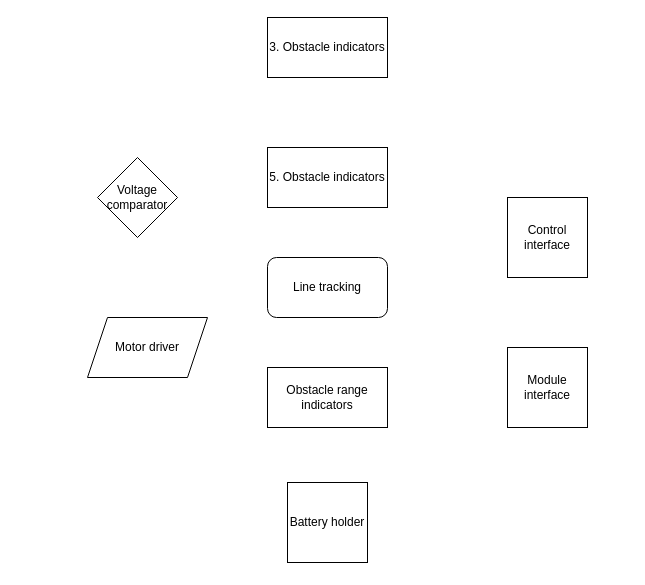
Before: auto arduino.drawio in Sp00keeee/arduino-5vc-cengizhan-maurits-casper, a draw.io diagram. Source tidied: cells renumbered, new cells numbered last; positions are measured from the earlier drawing's top-left corner, leaving out a move shared by most shapes. Both pictures are drawn from the tidied source at 100%, with x=0, y=0 at pixel (87, 17).
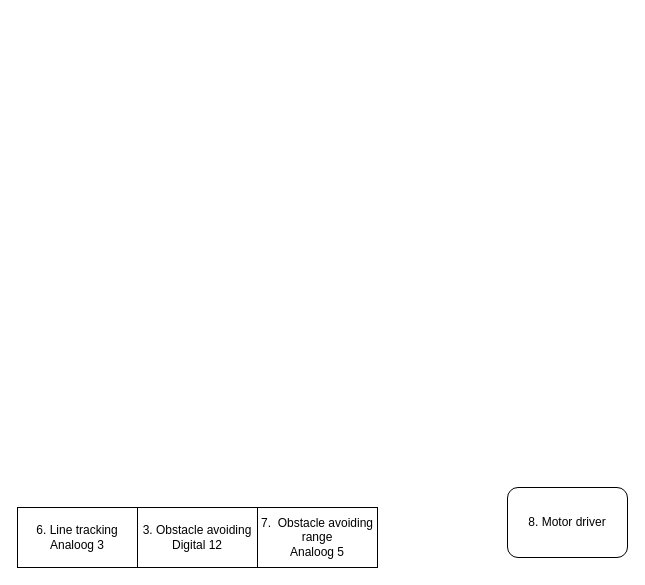
After the change.

Diff of the diagram source:
```diff
@@
 <mxGraphModel>
   <root>
     <mxCell id="0" />
     <mxCell id="1" parent="0" />
-    <mxCell id="2" value="3. Obstacle indicators" style="rounded=0;whiteSpace=wrap;html=1;" parent="1" vertex="1">
-      <mxGeometry x="180" width="120" height="60" as="geometry" />
-    </mxCell>
-    <mxCell id="3" value="5. Obstacle indicators" style="rounded=0;whiteSpace=wrap;html=1;" parent="1" vertex="1">
-      <mxGeometry x="180" y="130" width="120" height="60" as="geometry" />
-    </mxCell>
-    <mxCell id="4" value="Line tracking" style="rounded=1;whiteSpace=wrap;html=1;" parent="1" vertex="1">
-      <mxGeometry x="180" y="240" width="120" height="60" as="geometry" />
-    </mxCell>
-    <mxCell id="5" value="Obstacle range indicators" style="rounded=0;whiteSpace=wrap;html=1;" parent="1" vertex="1">
-      <mxGeometry x="180" y="350" width="120" height="60" as="geometry" />
-    </mxCell>
-    <mxCell id="6" value="Battery holder" style="whiteSpace=wrap;html=1;" parent="1" vertex="1">
-      <mxGeometry x="200" y="465" width="80" height="80" as="geometry" />
-    </mxCell>
-    <mxCell id="7" value="Control interface" style="whiteSpace=wrap;html=1;" parent="1" vertex="1">
-      <mxGeometry x="420" y="180" width="80" height="80" as="geometry" />
-    </mxCell>
-    <mxCell id="8" value="Module interface" style="whiteSpace=wrap;html=1;" parent="1" vertex="1">
-      <mxGeometry x="420" y="330" width="80" height="80" as="geometry" />
-    </mxCell>
-    <mxCell id="9" value="Motor driver" style="shape=parallelogram;perimeter=parallelogramPerimeter;whiteSpace=wrap;html=1;fixedSize=1;" parent="1" vertex="1">
-      <mxGeometry y="300" width="120" height="60" as="geometry" />
-    </mxCell>
-    <mxCell id="10" value="Voltage comparator" style="rhombus;whiteSpace=wrap;html=1;" parent="1" vertex="1">
-      <mxGeometry x="10" y="140" width="80" height="80" as="geometry" />
-    </mxCell>
+    <mxCell id="11" value="3. Obstacle avoiding&lt;br&gt;Digital 12" style="rounded=0;whiteSpace=wrap;html=1;" parent="1" vertex="1">
+      <mxGeometry x="50" y="490" width="120" height="60" as="geometry" />
+    </mxCell>
+    <mxCell id="12" value="6. Line tracking&lt;br&gt;Analoog 3" style="rounded=0;whiteSpace=wrap;html=1;" parent="1" vertex="1">
+      <mxGeometry x="-70" y="490" width="120" height="60" as="geometry" />
+    </mxCell>
+    <mxCell id="13" value="7.&amp;nbsp; Obstacle avoiding range&lt;br&gt;Analoog 5" style="whiteSpace=wrap;html=1;" parent="1" vertex="1">
+      <mxGeometry x="170" y="490" width="120" height="60" as="geometry" />
+    </mxCell>
+    <mxCell id="14" value="8. Motor driver" style="rounded=1;whiteSpace=wrap;html=1;" parent="1" vertex="1">
+      <mxGeometry x="420" y="470" width="120" height="70" as="geometry" />
+    </mxCell>
   </root>
 </mxGraphModel>
```
